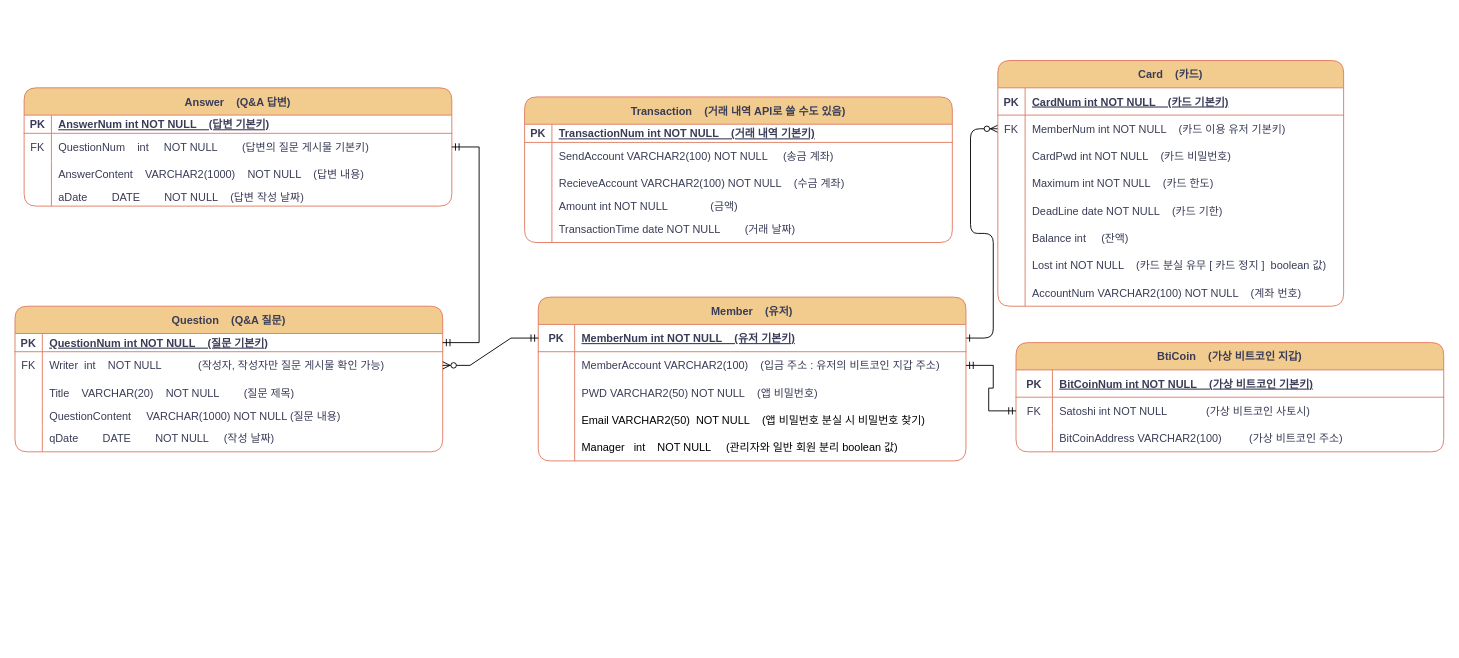
This is 제목 없는 다이어그램.drawio from jooooooowon/sinhan, a draw.io file, before an edit. Source tidied: cells renumbered, new cells numbered last; positions are measured from the earlier drawing's top-left corner, leaving out a move shared by most shapes. Both pictures are drawn from the tidied source at 91%, with x=0, y=0 at pixel (15, 60).
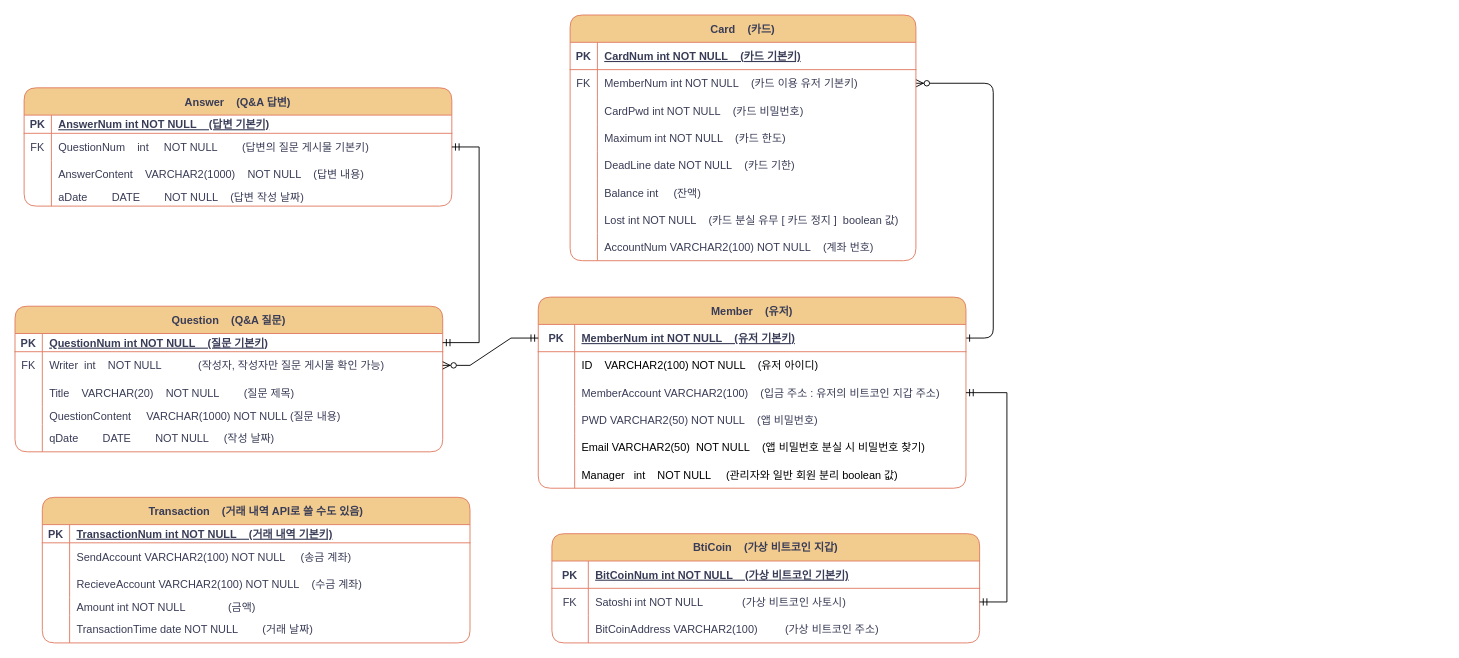
After the change.

Commit message:
신한은행 해커톤

Diff of the diagram source:
```diff
@@
     <mxCell id="3" value="Card    (카드)" style="shape=table;startSize=30;childLayout=tableLayout;rowLines=0;fontStyle=1;align=center;labelBackgroundColor=none;fillColor=#F2CC8F;strokeColor=#E07A5F;fontColor=#393C56;rounded=1;" parent="1" vertex="1">
-      <mxGeometry x="1080" width="380" height="270" as="geometry" />
+      <mxGeometry x="610" y="-50" width="380" height="270" as="geometry" />
     </mxCell>
@@
     <mxCell id="28" value="Transaction    (거래 내역 API로 쓸 수도 있음)" style="shape=table;startSize=30;childLayout=tableLayout;rowLines=0;fontStyle=1;align=center;labelBackgroundColor=none;fillColor=#F2CC8F;strokeColor=#E07A5F;fontColor=#393C56;rounded=1;" parent="1" vertex="1">
-      <mxGeometry x="560" y="40" width="470" height="160" as="geometry" />
+      <mxGeometry x="30" y="480" width="470" height="160" as="geometry" />
     </mxCell>
@@
     <mxCell id="44" value="Member    (유저)" style="shape=table;startSize=30;childLayout=tableLayout;rowLines=0;fontStyle=1;align=center;labelBackgroundColor=none;fillColor=#F2CC8F;strokeColor=#E07A5F;fontColor=#393C56;rounded=1;" parent="1" vertex="1">
-      <mxGeometry x="575" y="260" width="470" height="180" as="geometry" />
+      <mxGeometry x="575" y="260" width="470" height="210" as="geometry" />
     </mxCell>
@@
+    <mxCell id="102" style="shape=tableRow;horizontal=0;startSize=0;swimlaneHead=0;swimlaneBody=0;fillColor=none;top=0;left=0;right=0;bottom=0;" parent="44" vertex="1">
+      <mxGeometry y="60" width="470" height="30" as="geometry" />
+    </mxCell>
+    <mxCell id="103" style="shape=partialRectangle;fillColor=none;top=0;left=0;bottom=0;right=0;overflow=hidden;" parent="102" vertex="1">
+      <mxGeometry width="40" height="30" as="geometry" />
+    </mxCell>
+    <mxCell id="104" value="ID    VARCHAR2(100) NOT NULL    (유저 아이디)" style="shape=partialRectangle;fillColor=none;top=0;left=0;bottom=0;right=0;align=left;spacingLeft=6;overflow=hidden;" parent="102" vertex="1">
+      <mxGeometry x="40" width="430" height="30" as="geometry" />
+    </mxCell>
     <mxCell id="48" style="shape=tableRow;horizontal=0;startSize=0;swimlaneHead=0;swimlaneBody=0;fillColor=none;points=[[0,0.5],[1,0.5]];portConstraint=eastwest;top=0;left=0;right=0;bottom=0;labelBackgroundColor=none;strokeColor=#E07A5F;fontColor=#393C56;rounded=1;" parent="44" vertex="1">
-      <mxGeometry y="60" width="470" height="30" as="geometry" />
+      <mxGeometry y="90" width="470" height="30" as="geometry" />
     </mxCell>
@@
     <mxCell id="51" style="shape=partialRectangle;fillColor=none;top=0;left=0;right=0;bottom=0;labelBackgroundColor=none;strokeColor=#E07A5F;fontColor=#393C56;rounded=1;" parent="44" vertex="1">
-      <mxGeometry y="90" width="470" height="30" as="geometry" />
+      <mxGeometry y="120" width="470" height="30" as="geometry" />
     </mxCell>
@@
     <mxCell id="54" style="shape=tableRow;horizontal=0;startSize=0;swimlaneHead=0;swimlaneBody=0;fillColor=none;top=0;left=0;right=0;bottom=0;" parent="44" vertex="1">
-      <mxGeometry y="120" width="470" height="30" as="geometry" />
+      <mxGeometry y="150" width="470" height="30" as="geometry" />
     </mxCell>
@@
     <mxCell id="57" style="shape=tableRow;horizontal=0;startSize=0;swimlaneHead=0;swimlaneBody=0;fillColor=none;top=0;left=0;right=0;bottom=0;" parent="44" vertex="1">
-      <mxGeometry y="150" width="470" height="30" as="geometry" />
+      <mxGeometry y="180" width="470" height="30" as="geometry" />
     </mxCell>
@@
     <mxCell id="60" value="BtiCoin    (가상 비트코인 지갑)" style="shape=table;startSize=30;childLayout=tableLayout;rowLines=0;fontStyle=1;align=center;labelBackgroundColor=none;fillColor=#F2CC8F;strokeColor=#E07A5F;fontColor=#393C56;rounded=1;" parent="1" vertex="1">
-      <mxGeometry x="1100" y="310" width="470" height="120" as="geometry" />
+      <mxGeometry x="590" y="520" width="470" height="120" as="geometry" />
     </mxCell>
```
